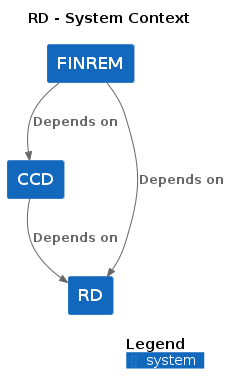
The PlantUML diagram docs/c4/rd/images/structurizr-rd-context.png in hmcts/cnp-api-docs, before a commit.
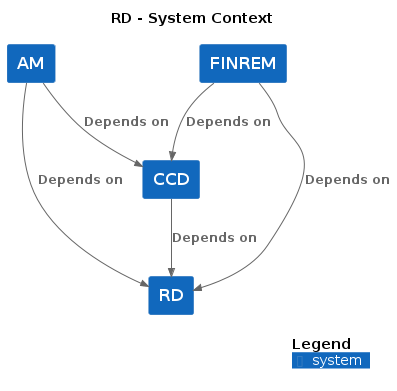
The same diagram one commit later.

The edit, as a diff of the source:
```diff
@@ -7,12 +7,15 @@
 !include https://raw.githubusercontent.com/plantuml-stdlib/C4-PlantUML/master/C4_Context.puml
 
 System(RD, "RD", "", $tags="")
+System(AM, "AM", "", $tags="")
 System(CCD, "CCD", "", $tags="")
 System(FINREM, "FINREM", "", $tags="")
 
 Rel_D(CCD, RD, "Depends on", $tags="")
 Rel_D(FINREM, CCD, "Depends on", $tags="")
 Rel_D(FINREM, RD, "Depends on", $tags="")
+Rel_D(AM, RD, "Depends on", $tags="")
+Rel_D(AM, CCD, "Depends on", $tags="")
 
 SHOW_DYNAMIC_LEGEND()
 @enduml
```
